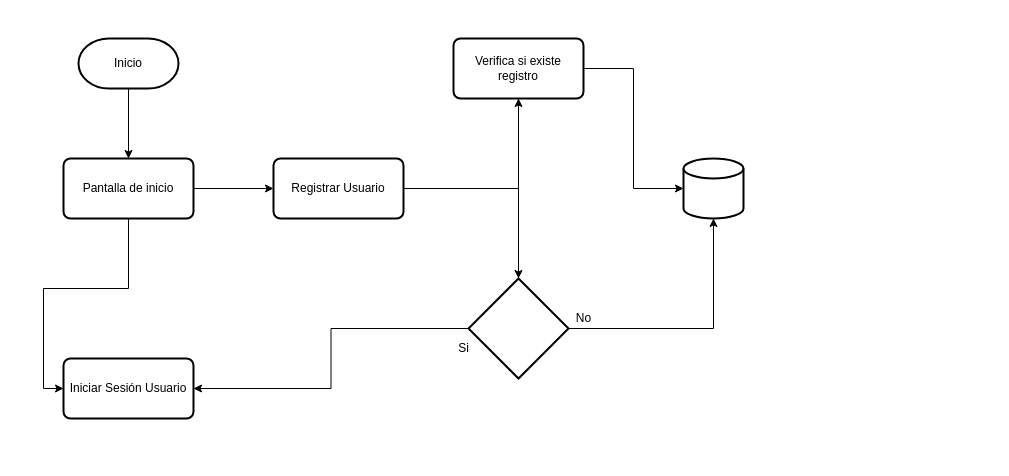
Above: DiagramAppKaiser.drawio in LeoRami99/DiagramasKaiserApp (draw.io), before the change. Source tidied: cells renumbered, new cells numbered last; positions are measured from the earlier drawing's top-left corner, leaving out a move shared by most shapes. Both pictures are drawn from the tidied source at 100%, with x=0, y=0 at pixel (63, 38).
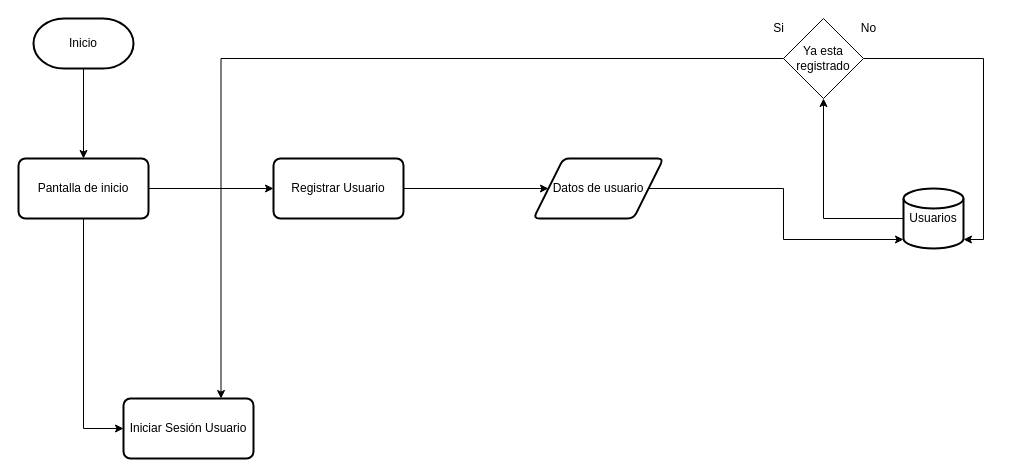
Above is the later version.

Diff of the diagram source:
```diff
@@
 <mxGraphModel>
   <root>
     <mxCell id="0" />
     <mxCell id="1" parent="0" />
     <mxCell id="2" style="edgeStyle=orthogonalEdgeStyle;rounded=0;jettySize=auto;html=1;entryX=0.5;entryY=0;entryDx=0;entryDy=0;" parent="1" edge="1" source="3" target="6">
       <mxGeometry relative="1" as="geometry" />
     </mxCell>
     <mxCell id="3" value="Inicio" style="strokeWidth=2;html=1;shape=mxgraph.flowchart.terminator;whiteSpace=wrap;" parent="1" vertex="1">
-      <mxGeometry x="15" width="100" height="50" as="geometry" />
+      <mxGeometry x="-30" y="-20" width="100" height="50" as="geometry" />
     </mxCell>
     <mxCell id="4" style="edgeStyle=orthogonalEdgeStyle;rounded=0;jettySize=auto;html=1;exitX=1;exitY=0.5;exitDx=0;exitDy=0;entryX=0;entryY=0.5;entryDx=0;entryDy=0;" parent="1" edge="1" source="6" target="8">
       <mxGeometry relative="1" as="geometry" />
     </mxCell>
     <mxCell id="5" style="edgeStyle=orthogonalEdgeStyle;rounded=0;jettySize=auto;html=1;entryX=0;entryY=0.5;entryDx=0;entryDy=0;" parent="1" edge="1" source="6" target="9">
       <mxGeometry relative="1" as="geometry" />
     </mxCell>
     <mxCell id="6" value="Pantalla de inicio" style="rounded=1;whiteSpace=wrap;html=1;absoluteArcSize=1;arcSize=14;strokeWidth=2;" parent="1" vertex="1">
-      <mxGeometry y="120" width="130" height="60" as="geometry" />
+      <mxGeometry x="-45" y="120" width="130" height="60" as="geometry" />
     </mxCell>
-    <mxCell id="7" style="edgeStyle=orthogonalEdgeStyle;rounded=0;jettySize=auto;html=1;exitX=1;exitY=0.5;exitDx=0;exitDy=0;" parent="1" edge="1" source="8" target="16">
-      <mxGeometry relative="1" as="geometry" />
-    </mxCell>
+    <mxCell id="19" style="edgeStyle=orthogonalEdgeStyle;rounded=0;jettySize=auto;html=1;entryX=0;entryY=0.5;entryDx=0;entryDy=0;" parent="1" edge="1" source="8" target="25">
+      <mxGeometry relative="1" as="geometry" />
+    </mxCell>
     <mxCell id="8" value="Registrar Usuario" style="rounded=1;whiteSpace=wrap;html=1;absoluteArcSize=1;arcSize=14;strokeWidth=2;" parent="1" vertex="1">
       <mxGeometry x="210" y="120" width="130" height="60" as="geometry" />
     </mxCell>
     <mxCell id="9" value="Iniciar Sesión Usuario" style="rounded=1;whiteSpace=wrap;html=1;absoluteArcSize=1;arcSize=14;strokeWidth=2;" parent="1" vertex="1">
-      <mxGeometry y="320" width="130" height="60" as="geometry" />
+      <mxGeometry x="60" y="360" width="130" height="60" as="geometry" />
     </mxCell>
-    <mxCell id="10" style="edgeStyle=orthogonalEdgeStyle;rounded=0;jettySize=auto;html=1;exitX=1;exitY=0.5;exitDx=0;exitDy=0;exitPerimeter=0;entryX=0.5;entryY=1;entryDx=0;entryDy=0;entryPerimeter=0;" parent="1" edge="1" source="12" target="13">
-      <mxGeometry relative="1" as="geometry" />
-    </mxCell>
-    <mxCell id="11" style="edgeStyle=orthogonalEdgeStyle;rounded=0;jettySize=auto;html=1;" parent="1" edge="1" source="12" target="9">
-      <mxGeometry relative="1" as="geometry" />
-    </mxCell>
-    <mxCell id="12" style="strokeWidth=2;html=1;shape=mxgraph.flowchart.decision;whiteSpace=wrap;" parent="1" vertex="1">
-      <mxGeometry x="405" y="240" width="100" height="100" as="geometry" />
-    </mxCell>
+    <mxCell id="20" style="edgeStyle=orthogonalEdgeStyle;rounded=0;jettySize=auto;html=1;" parent="1" edge="1" source="13" target="23">
+      <mxGeometry relative="1" as="geometry" />
+    </mxCell>
-    <mxCell id="13" style="strokeWidth=2;html=1;shape=mxgraph.flowchart.database;whiteSpace=wrap;" parent="1" vertex="1">
-      <mxGeometry x="620" y="120" width="60" height="60" as="geometry" />
+    <mxCell id="13" value="Usuarios" style="strokeWidth=2;html=1;shape=mxgraph.flowchart.database;whiteSpace=wrap;" parent="1" vertex="1">
+      <mxGeometry x="840" y="150" width="60" height="60" as="geometry" />
     </mxCell>
-    <mxCell id="14" style="edgeStyle=orthogonalEdgeStyle;rounded=0;jettySize=auto;html=1;exitX=0.5;exitY=1;exitDx=0;exitDy=0;" parent="1" edge="1" source="16" target="12">
-      <mxGeometry relative="1" as="geometry" />
-    </mxCell>
-    <mxCell id="15" style="edgeStyle=orthogonalEdgeStyle;rounded=0;jettySize=auto;html=1;exitX=1;exitY=0.5;exitDx=0;exitDy=0;entryX=0;entryY=0.5;entryDx=0;entryDy=0;entryPerimeter=0;" parent="1" edge="1" source="16" target="13">
-      <mxGeometry relative="1" as="geometry" />
-    </mxCell>
-    <mxCell id="16" value="Verifica si existe registro" style="rounded=1;whiteSpace=wrap;html=1;absoluteArcSize=1;arcSize=14;strokeWidth=2;" parent="1" vertex="1">
-      <mxGeometry x="390" width="130" height="60" as="geometry" />
-    </mxCell>
+    <mxCell id="21" style="edgeStyle=orthogonalEdgeStyle;rounded=0;jettySize=auto;html=1;exitX=1;exitY=0.5;exitDx=0;exitDy=0;entryX=1;entryY=0.85;entryDx=0;entryDy=0;entryPerimeter=0;" parent="1" edge="1" source="23" target="13">
+      <mxGeometry relative="1" as="geometry" />
+    </mxCell>
+    <mxCell id="22" style="edgeStyle=orthogonalEdgeStyle;rounded=0;jettySize=auto;html=1;entryX=0.75;entryY=0;entryDx=0;entryDy=0;" parent="1" edge="1" source="23" target="9">
+      <mxGeometry relative="1" as="geometry" />
+    </mxCell>
+    <mxCell id="23" value="Ya esta registrado" style="rhombus;whiteSpace=wrap;html=1;" parent="1" vertex="1">
+      <mxGeometry x="720" y="-20" width="80" height="80" as="geometry" />
+    </mxCell>
     <mxCell id="17" value="No" style="text;html=1;align=center;verticalAlign=middle;" parent="1" vertex="1">
-      <mxGeometry x="505" y="270" width="30" height="20" as="geometry" />
+      <mxGeometry x="790" y="-20" width="30" height="20" as="geometry" />
     </mxCell>
     <mxCell id="18" value="Si" style="text;html=1;align=center;verticalAlign=middle;" parent="1" vertex="1">
-      <mxGeometry x="385" y="300" width="30" height="20" as="geometry" />
+      <mxGeometry x="700" y="-20" width="30" height="20" as="geometry" />
     </mxCell>
+    <mxCell id="24" style="edgeStyle=orthogonalEdgeStyle;rounded=0;jettySize=auto;html=1;entryX=0;entryY=0.85;entryDx=0;entryDy=0;entryPerimeter=0;" parent="1" edge="1" source="25" target="13">
+      <mxGeometry relative="1" as="geometry" />
+    </mxCell>
+    <mxCell id="25" value="Datos de usuario" style="shape=parallelogram;html=1;strokeWidth=2;perimeter=parallelogramPerimeter;whiteSpace=wrap;rounded=1;arcSize=12;size=0.23;" parent="1" vertex="1">
+      <mxGeometry x="470" y="120" width="130" height="60" as="geometry" />
+    </mxCell>
   </root>
 </mxGraphModel>
```
